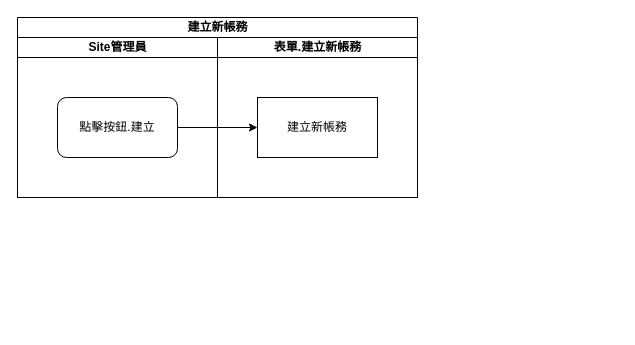
Earlier version of the draw.io diagram 8.10.0/UPDATE/ITEM_3/RTE/attachment/SysBranchAdd_create.drawio (ArcareRD/sadocs). Source tidied: cells renumbered, new cells numbered last; positions are measured from the earlier drawing's top-left corner, leaving out a move shared by most shapes. Both pictures are drawn from the tidied source at 100%, with x=0, y=0 at pixel (17, 17).
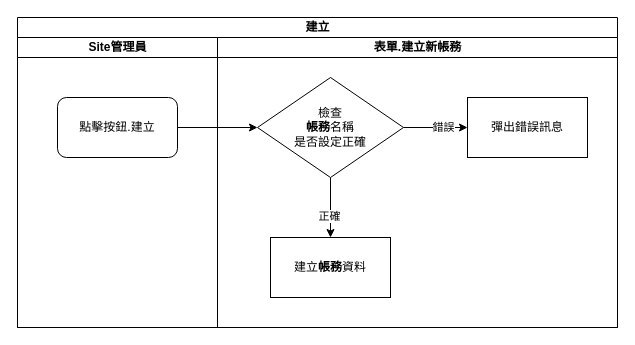
The same page after the edit.

The edit, as a diff of the source:
```diff
@@
 <mxGraphModel>
   <root>
     <mxCell id="0" />
     <mxCell id="1" parent="0" />
-    <mxCell id="2" value="建立新帳務" style="swimlane;html=1;startSize=20;" parent="1" vertex="1">
-      <mxGeometry width="400" height="180" as="geometry" />
-    </mxCell>
+    <mxCell id="8" value="建立" style="swimlane;html=1;startSize=20;" parent="1" vertex="1">
+      <mxGeometry width="600" height="310" as="geometry" />
+    </mxCell>
-    <mxCell id="3" value="Site管理員" style="swimlane;html=1;startSize=20;" parent="2" vertex="1">
-      <mxGeometry y="20" width="200" height="160" as="geometry" />
+    <mxCell id="3" value="Site管理員" style="swimlane;html=1;startSize=20;" parent="8" vertex="1">
+      <mxGeometry y="20" width="200" height="290" as="geometry" />
     </mxCell>
     <mxCell id="4" value="點擊按鈕.建立" style="rounded=1;whiteSpace=wrap;html=1;" parent="3" vertex="1">
       <mxGeometry x="40" y="60" width="120" height="60" as="geometry" />
     </mxCell>
+    <mxCell id="9" style="edgeStyle=orthogonalEdgeStyle;rounded=0;jettySize=auto;html=1;exitX=1;exitY=0.5;exitDx=0;exitDy=0;entryX=0;entryY=0.5;entryDx=0;entryDy=0;" parent="8" edge="1" source="4" target="14">
+      <mxGeometry relative="1" as="geometry" />
+    </mxCell>
-    <mxCell id="5" value="表單.建立新帳務" style="swimlane;html=1;startSize=20;" parent="2" vertex="1">
-      <mxGeometry x="200" y="20" width="200" height="160" as="geometry" />
+    <mxCell id="5" value="表單.建立新帳務" style="swimlane;html=1;startSize=20;" parent="8" vertex="1">
+      <mxGeometry x="200" y="20" width="400" height="290" as="geometry" />
     </mxCell>
-    <mxCell id="6" value="建立新帳務" style="rounded=0;whiteSpace=wrap;html=1;" parent="5" vertex="1">
-      <mxGeometry x="40" y="60" width="120" height="60" as="geometry" />
-    </mxCell>
-    <mxCell id="7" style="edgeStyle=orthogonalEdgeStyle;rounded=0;jettySize=auto;html=1;exitX=1;exitY=0.5;exitDx=0;exitDy=0;entryX=0;entryY=0.5;entryDx=0;entryDy=0;" parent="2" edge="1" source="4" target="6">
-      <mxGeometry relative="1" as="geometry" />
-    </mxCell>
+    <mxCell id="10" style="edgeStyle=orthogonalEdgeStyle;rounded=0;jettySize=auto;html=1;exitX=0.5;exitY=1;exitDx=0;exitDy=0;entryX=0.5;entryY=0;entryDx=0;entryDy=0;" parent="5" edge="1" source="14" target="15">
+      <mxGeometry relative="1" as="geometry" />
+    </mxCell>
+    <mxCell id="11" value="正確" style="edgeLabel;html=1;align=center;verticalAlign=middle;" parent="10" vertex="1">
+      <mxGeometry x="0.25" y="-2" relative="1" as="geometry" />
+    </mxCell>
+    <mxCell id="12" style="edgeStyle=orthogonalEdgeStyle;rounded=0;jettySize=auto;html=1;exitX=1;exitY=0.5;exitDx=0;exitDy=0;entryX=0;entryY=0.5;entryDx=0;entryDy=0;" parent="5" edge="1" source="14" target="16">
+      <mxGeometry relative="1" as="geometry" />
+    </mxCell>
+    <mxCell id="13" value="錯誤" style="edgeLabel;html=1;align=center;verticalAlign=middle;" parent="12" vertex="1">
+      <mxGeometry x="0.23" y="1" relative="1" as="geometry" />
+    </mxCell>
+    <mxCell id="14" value="檢查&lt;br&gt;&lt;span style=&quot;font-weight: 700&quot;&gt;帳務&lt;/span&gt;名稱&lt;br&gt;是否設定正確" style="rhombus;whiteSpace=wrap;html=1;" parent="5" vertex="1">
+      <mxGeometry x="40" y="40" width="146" height="100" as="geometry" />
+    </mxCell>
+    <mxCell id="15" value="建立&lt;span style=&quot;font-weight: 700&quot;&gt;帳務&lt;/span&gt;資料" style="rounded=0;whiteSpace=wrap;html=1;" parent="5" vertex="1">
+      <mxGeometry x="53" y="200" width="120" height="60" as="geometry" />
+    </mxCell>
+    <mxCell id="16" value="彈出錯誤訊息" style="rounded=0;whiteSpace=wrap;html=1;" parent="5" vertex="1">
+      <mxGeometry x="250" y="60" width="120" height="60" as="geometry" />
+    </mxCell>
   </root>
 </mxGraphModel>
```
